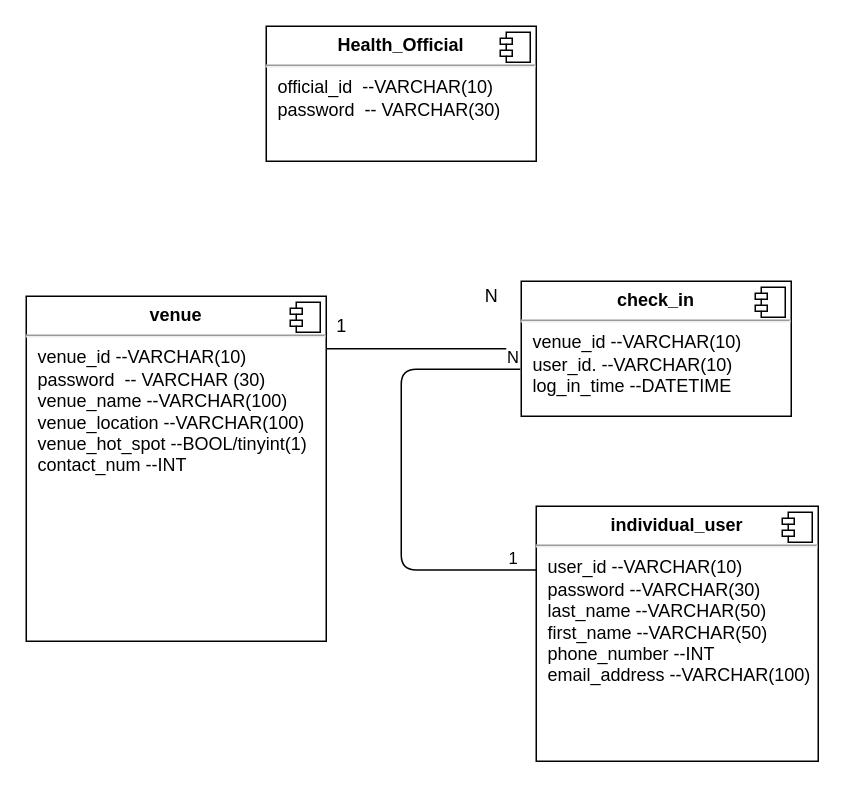
Above: schema.drawio in s1-wdc-project/COVID-tracing-system (draw.io), before the change. Source tidied: cells renumbered, new cells numbered last; positions are measured from the earlier drawing's top-left corner, leaving out a move shared by most shapes. Both pictures are drawn from the tidied source at 150%, with x=0, y=0 at pixel (26, 26).
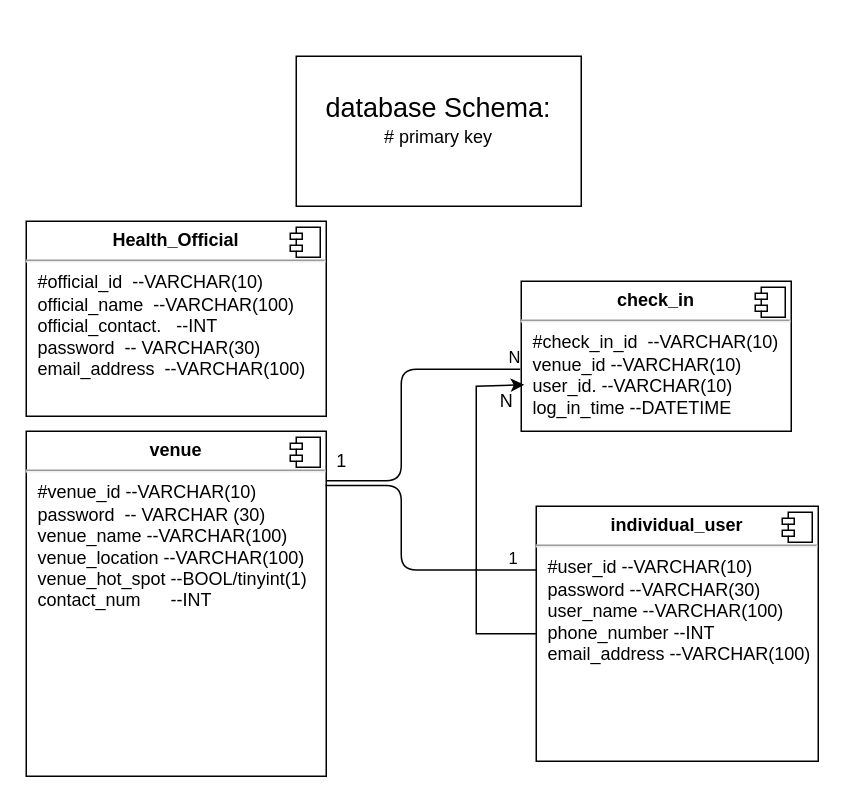
The same page after the edit.

What changed in the source:
```diff
@@
-    <mxCell id="2" style="endArrow=none;html=1;edgeStyle=orthogonalEdgeStyle;entryX=-0.004;entryY=0.652;entryDx=0;entryDy=0;entryPerimeter=0;exitX=0;exitY=0.25;exitDx=0;exitDy=0;" parent="1" edge="1">
+    <mxCell id="2" style="endArrow=none;html=1;edgeStyle=orthogonalEdgeStyle;entryX=-0.004;entryY=0.652;entryDx=0;entryDy=0;entryPerimeter=0;exitX=0;exitY=0.25;exitDx=0;exitDy=0;startArrow=none;" parent="1" edge="1">
       <mxGeometry relative="1" as="geometry">
-        <mxPoint x="340" y="362.5" as="sourcePoint" />
+        <mxPoint x="200" y="303" as="sourcePoint" />
         <mxPoint x="329.3" y="228.7" as="targetPoint" />
         <Array as="points">
-          <mxPoint x="250" y="363" />
           <mxPoint x="250" y="229" />
         </Array>
       </mxGeometry>
     </mxCell>
-    <mxCell id="3" value="1" style="edgeLabel;html=1;align=left;verticalAlign=bottom;" parent="2" vertex="1">
-      <mxGeometry x="-1" relative="1" as="geometry">
-        <mxPoint x="-20" as="offset" />
-      </mxGeometry>
-    </mxCell>
@@
-    <mxCell id="5" value="&lt;p style=&quot;margin: 0px ; margin-top: 6px ; text-align: center&quot;&gt;&lt;b&gt;Health_Official&lt;/b&gt;&lt;/p&gt;&lt;hr&gt;&lt;p style=&quot;margin: 0px ; margin-left: 8px&quot;&gt;official_id&amp;nbsp; --VARCHAR(10)&lt;/p&gt;&lt;p style=&quot;margin: 0px ; margin-left: 8px&quot;&gt;password&amp;nbsp; -- VARCHAR(30)&lt;/p&gt;&lt;p style=&quot;margin: 0px ; margin-left: 8px&quot;&gt;&lt;br&gt;&lt;/p&gt;" style="align=left;overflow=fill;html=1;" parent="1" vertex="1">
-      <mxGeometry x="160" width="180" height="90" as="geometry" />
+    <mxCell id="5" value="&lt;p style=&quot;margin: 0px ; margin-top: 6px ; text-align: center&quot;&gt;&lt;b&gt;Health_Official&lt;/b&gt;&lt;/p&gt;&lt;hr&gt;&lt;p style=&quot;margin: 0px ; margin-left: 8px&quot;&gt;#official_id&amp;nbsp; --VARCHAR(10)&lt;/p&gt;&lt;p style=&quot;margin: 0px ; margin-left: 8px&quot;&gt;official_name&amp;nbsp; --VARCHAR(100)&lt;/p&gt;&lt;p style=&quot;margin: 0px ; margin-left: 8px&quot;&gt;official_contact.&amp;nbsp; &amp;nbsp;--INT&lt;/p&gt;&lt;p style=&quot;margin: 0px ; margin-left: 8px&quot;&gt;&lt;span&gt;password&amp;nbsp; -- VARCHAR(30)&lt;/span&gt;&lt;br&gt;&lt;/p&gt;&lt;p style=&quot;margin: 0px ; margin-left: 8px&quot;&gt;email_address&amp;nbsp; --VARCHAR(100)&lt;/p&gt;" style="align=left;overflow=fill;html=1;" parent="1" vertex="1">
+      <mxGeometry y="130" width="200" height="130" as="geometry" />
     </mxCell>
@@
-    <mxCell id="7" value="&lt;p style=&quot;margin: 0px ; margin-top: 6px ; text-align: center&quot;&gt;&lt;b&gt;venue&lt;/b&gt;&lt;/p&gt;&lt;hr&gt;&lt;p style=&quot;margin: 0px ; margin-left: 8px&quot;&gt;venue_id --VARCHAR(10)&lt;/p&gt;&lt;p style=&quot;margin: 0px ; margin-left: 8px&quot;&gt;password&amp;nbsp; -- VARCHAR (30)&lt;br&gt;&lt;/p&gt;&lt;p style=&quot;margin: 0px ; margin-left: 8px&quot;&gt;&lt;span&gt;venue_name --VARCHAR(100)&lt;/span&gt;&lt;/p&gt;&lt;p style=&quot;margin: 0px ; margin-left: 8px&quot;&gt;&lt;span&gt;venue_location --VARCHAR(100)&lt;/span&gt;&lt;/p&gt;&lt;p style=&quot;margin: 0px ; margin-left: 8px&quot;&gt;&lt;span&gt;venue_hot_spot --BOOL/tinyint(1)&lt;/span&gt;&lt;/p&gt;&lt;p style=&quot;margin: 0px ; margin-left: 8px&quot;&gt;contact_num --INT&amp;nbsp;&lt;/p&gt;&lt;p style=&quot;margin: 0px ; margin-left: 8px&quot;&gt;&lt;br&gt;&lt;/p&gt;&lt;p style=&quot;margin: 0px ; margin-left: 8px&quot;&gt;&lt;span&gt;&lt;br&gt;&lt;/span&gt;&lt;/p&gt;&lt;p style=&quot;margin: 0px ; margin-left: 8px&quot;&gt;&lt;span&gt;&lt;br&gt;&lt;/span&gt;&lt;/p&gt;" style="align=left;overflow=fill;html=1;" parent="1" vertex="1">
-      <mxGeometry y="180" width="200" height="230" as="geometry" />
+    <mxCell id="7" value="&lt;p style=&quot;margin: 0px ; margin-top: 6px ; text-align: center&quot;&gt;&lt;b&gt;venue&lt;/b&gt;&lt;/p&gt;&lt;hr&gt;&lt;p style=&quot;margin: 0px ; margin-left: 8px&quot;&gt;#venue_id --VARCHAR(10)&lt;/p&gt;&lt;p style=&quot;margin: 0px ; margin-left: 8px&quot;&gt;password&amp;nbsp; -- VARCHAR (30)&lt;br&gt;&lt;/p&gt;&lt;p style=&quot;margin: 0px ; margin-left: 8px&quot;&gt;&lt;span&gt;venue_name --VARCHAR(100)&lt;/span&gt;&lt;/p&gt;&lt;p style=&quot;margin: 0px ; margin-left: 8px&quot;&gt;&lt;span&gt;venue_location --VARCHAR(100)&lt;/span&gt;&lt;/p&gt;&lt;p style=&quot;margin: 0px ; margin-left: 8px&quot;&gt;&lt;span&gt;venue_hot_spot --BOOL/tinyint(1)&lt;/span&gt;&lt;/p&gt;&lt;p style=&quot;margin: 0px ; margin-left: 8px&quot;&gt;contact_num&amp;nbsp; &amp;nbsp; &amp;nbsp; --INT&amp;nbsp;&lt;/p&gt;&lt;p style=&quot;margin: 0px ; margin-left: 8px&quot;&gt;&lt;br&gt;&lt;/p&gt;&lt;p style=&quot;margin: 0px ; margin-left: 8px&quot;&gt;&lt;span&gt;&lt;br&gt;&lt;/span&gt;&lt;/p&gt;&lt;p style=&quot;margin: 0px ; margin-left: 8px&quot;&gt;&lt;span&gt;&lt;br&gt;&lt;/span&gt;&lt;/p&gt;" style="align=left;overflow=fill;html=1;" parent="1" vertex="1">
+      <mxGeometry y="270" width="200" height="230" as="geometry" />
     </mxCell>
@@
-    <mxCell id="9" value="&lt;p style=&quot;margin: 0px ; margin-top: 6px ; text-align: center&quot;&gt;&lt;b&gt;check_in&lt;/b&gt;&lt;/p&gt;&lt;hr&gt;&lt;p style=&quot;margin: 0px ; margin-left: 8px&quot;&gt;venue_id --VARCHAR(10)&lt;/p&gt;&lt;p style=&quot;margin: 0px ; margin-left: 8px&quot;&gt;user_id. --VARCHAR(10)&lt;/p&gt;&lt;p style=&quot;margin: 0px ; margin-left: 8px&quot;&gt;log_in_time --DATETIME&lt;/p&gt;&lt;p style=&quot;margin: 0px ; margin-left: 8px&quot;&gt;&lt;br&gt;&lt;/p&gt;&lt;p style=&quot;margin: 0px ; margin-left: 8px&quot;&gt;&lt;br&gt;&lt;/p&gt;" style="align=left;overflow=fill;html=1;" parent="1" vertex="1">
-      <mxGeometry x="330" y="170" width="180" height="90" as="geometry" />
+    <mxCell id="9" value="&lt;p style=&quot;margin: 0px ; margin-top: 6px ; text-align: center&quot;&gt;&lt;b&gt;check_in&lt;/b&gt;&lt;/p&gt;&lt;hr&gt;&lt;p style=&quot;margin: 0px ; margin-left: 8px&quot;&gt;#check_in_id&amp;nbsp; --VARCHAR(10)&lt;/p&gt;&lt;p style=&quot;margin: 0px ; margin-left: 8px&quot;&gt;venue_id --VARCHAR(10)&lt;/p&gt;&lt;p style=&quot;margin: 0px ; margin-left: 8px&quot;&gt;user_id. --VARCHAR(10)&lt;/p&gt;&lt;p style=&quot;margin: 0px ; margin-left: 8px&quot;&gt;log_in_time --DATETIME&lt;/p&gt;&lt;p style=&quot;margin: 0px ; margin-left: 8px&quot;&gt;&lt;br&gt;&lt;/p&gt;&lt;p style=&quot;margin: 0px ; margin-left: 8px&quot;&gt;&lt;br&gt;&lt;/p&gt;" style="align=left;overflow=fill;html=1;" parent="1" vertex="1">
+      <mxGeometry x="330" y="170" width="180" height="100" as="geometry" />
     </mxCell>
@@
+    <mxCell id="16" style="edgeStyle=orthogonalEdgeStyle;rounded=0;jettySize=auto;html=1;entryX=0.011;entryY=0.69;entryDx=0;entryDy=0;entryPerimeter=0;" parent="1" edge="1" source="11" target="9">
+      <mxGeometry relative="1" as="geometry">
+        <Array as="points">
+          <mxPoint x="300" y="405" />
+          <mxPoint x="300" y="240" />
+        </Array>
+      </mxGeometry>
+    </mxCell>
-    <mxCell id="11" value="&lt;p style=&quot;margin: 0px ; margin-top: 6px ; text-align: center&quot;&gt;&lt;b&gt;individual_user&lt;/b&gt;&lt;/p&gt;&lt;hr&gt;&lt;p style=&quot;margin: 0px ; margin-left: 8px&quot;&gt;user_id --VARCHAR(10)&lt;/p&gt;&lt;p style=&quot;margin: 0px ; margin-left: 8px&quot;&gt;password --VARCHAR(30)&lt;/p&gt;&lt;p style=&quot;margin: 0px ; margin-left: 8px&quot;&gt;last_name --VARCHAR(50)&lt;/p&gt;&lt;p style=&quot;margin: 0px ; margin-left: 8px&quot;&gt;first_name --VARCHAR(50)&lt;/p&gt;&lt;p style=&quot;margin: 0px ; margin-left: 8px&quot;&gt;phone_number --INT&lt;/p&gt;&lt;p style=&quot;margin: 0px ; margin-left: 8px&quot;&gt;email_address --VARCHAR(100)&lt;/p&gt;&lt;p style=&quot;margin: 0px ; margin-left: 8px&quot;&gt;&lt;br&gt;&lt;/p&gt;" style="align=left;overflow=fill;html=1;" parent="1" vertex="1">
+    <mxCell id="11" value="&lt;p style=&quot;margin: 0px ; margin-top: 6px ; text-align: center&quot;&gt;&lt;b&gt;individual_user&lt;/b&gt;&lt;/p&gt;&lt;hr&gt;&lt;p style=&quot;margin: 0px ; margin-left: 8px&quot;&gt;#user_id --VARCHAR(10)&lt;/p&gt;&lt;p style=&quot;margin: 0px ; margin-left: 8px&quot;&gt;password --VARCHAR(30)&lt;/p&gt;&lt;p style=&quot;margin: 0px ; margin-left: 8px&quot;&gt;&lt;span&gt;user_name --VARCHAR(100)&lt;/span&gt;&lt;/p&gt;&lt;p style=&quot;margin: 0px ; margin-left: 8px&quot;&gt;&lt;span&gt;phone_number --INT&lt;/span&gt;&lt;br&gt;&lt;/p&gt;&lt;p style=&quot;margin: 0px ; margin-left: 8px&quot;&gt;email_address --VARCHAR(100)&lt;/p&gt;&lt;p style=&quot;margin: 0px ; margin-left: 8px&quot;&gt;&lt;br&gt;&lt;/p&gt;" style="align=left;overflow=fill;html=1;" parent="1" vertex="1">
       <mxGeometry x="340" y="320" width="188" height="170" as="geometry" />
     </mxCell>
@@
-    <mxCell id="13" style="line;strokeWidth=1;fillColor=none;align=left;verticalAlign=middle;spacingTop=-1;spacingLeft=3;spacingRight=3;labelPosition=right;" parent="1" vertex="1">
-      <mxGeometry x="200" y="211" width="120" height="8" as="geometry" />
-    </mxCell>
     <mxCell id="14" value="1" style="text;html=1;align=center;verticalAlign=middle;strokeColor=none;" parent="1" vertex="1">
-      <mxGeometry x="200" y="190" width="20" height="20" as="geometry" />
+      <mxGeometry x="200" y="280" width="20" height="20" as="geometry" />
     </mxCell>
     <mxCell id="15" value="N" style="text;html=1;align=center;verticalAlign=middle;strokeColor=none;" parent="1" vertex="1">
-      <mxGeometry x="300" y="170" width="20" height="20" as="geometry" />
+      <mxGeometry x="310" y="240" width="20" height="20" as="geometry" />
     </mxCell>
+    <mxCell id="17" style="endArrow=none;html=1;edgeStyle=orthogonalEdgeStyle;entryX=-0.004;entryY=0.652;entryDx=0;entryDy=0;entryPerimeter=0;exitX=0;exitY=0.25;exitDx=0;exitDy=0;" parent="1" edge="1">
+      <mxGeometry relative="1" as="geometry">
+        <mxPoint x="340" y="362.5" as="sourcePoint" />
+        <mxPoint x="199.5" y="306.2" as="targetPoint" />
+        <Array as="points">
+          <mxPoint x="250" y="363" />
+        </Array>
+      </mxGeometry>
+    </mxCell>
+    <mxCell id="3" value="1" style="edgeLabel;html=1;align=left;verticalAlign=bottom;" parent="17" vertex="1">
+      <mxGeometry x="-1" relative="1" as="geometry">
+        <mxPoint x="-20" as="offset" />
+      </mxGeometry>
+    </mxCell>
+    <mxCell id="18" value="&lt;font style=&quot;font-size: 18px&quot;&gt;database Schema:&lt;br&gt;&lt;/font&gt;&lt;span&gt;# primary key&lt;/span&gt;&lt;br&gt;&lt;span&gt;&amp;nbsp;&lt;/span&gt;" style="whiteSpace=wrap;html=1;" parent="1" vertex="1">
+      <mxGeometry x="180" y="20" width="190" height="100" as="geometry" />
+    </mxCell>
```
